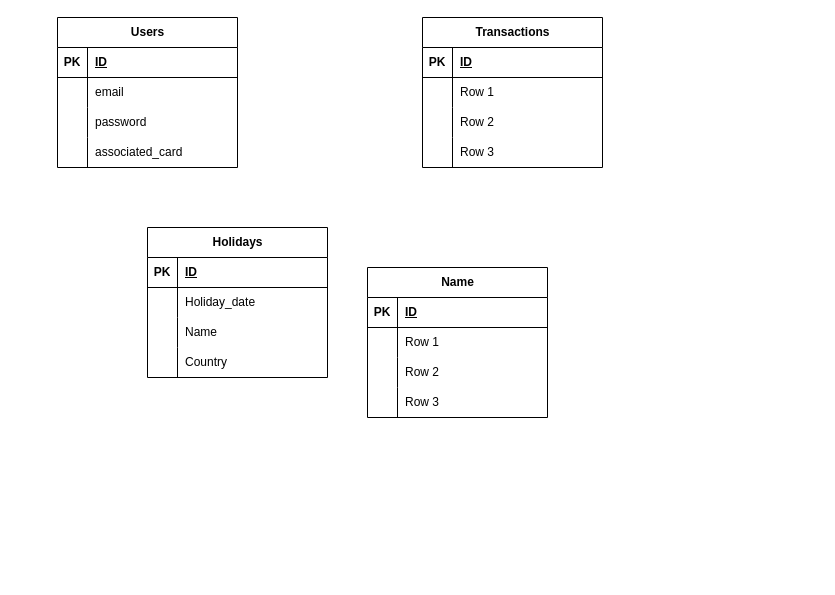
This is services/matematika/business_bank_back.drawio from IbadT/business_bank_back, a draw.io file, before an edit. Source tidied: cells renumbered, new cells numbered last; positions are measured from the earlier drawing's top-left corner, leaving out a move shared by most shapes. Both pictures are drawn from the tidied source at 100%, with x=0, y=0 at pixel (57, 17).
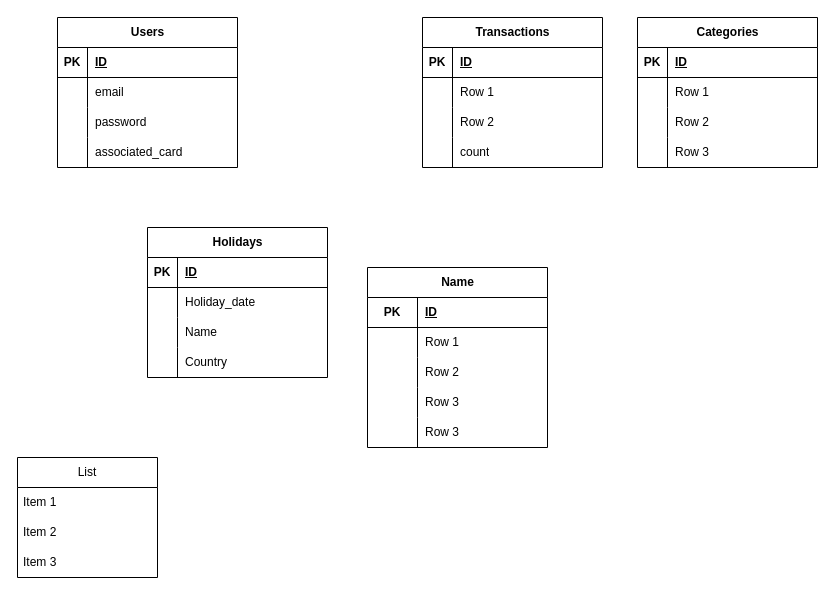
The same diagram, later.

Unchanged cells that the change refers to:
```xml
<mxCell id="25" style="shape=tableRow;horizontal=0;startSize=0;swimlaneHead=0;swimlaneBody=0;fillColor=none;top=0;left=0;right=0;bottom=0;" parent="15" vertex="1">
  <mxGeometry y="120" width="180" height="30" as="geometry" />
</mxCell>
<mxCell id="29" style="shape=tableRow;horizontal=0;startSize=0;swimlaneHead=0;swimlaneBody=0;fillColor=none;top=0;left=0;right=0;bottom=1;" parent="28" vertex="1">
  <mxGeometry y="30" width="180" height="30" as="geometry" />
</mxCell>
<mxCell id="32" style="shape=tableRow;horizontal=0;startSize=0;swimlaneHead=0;swimlaneBody=0;fillColor=none;top=0;left=0;right=0;bottom=0;" parent="28" vertex="1">
  <mxGeometry y="60" width="180" height="30" as="geometry" />
</mxCell>
<mxCell id="35" style="shape=tableRow;horizontal=0;startSize=0;swimlaneHead=0;swimlaneBody=0;fillColor=none;top=0;left=0;right=0;bottom=0;" parent="28" vertex="1">
  <mxGeometry y="90" width="180" height="30" as="geometry" />
</mxCell>
<mxCell id="38" style="shape=tableRow;horizontal=0;startSize=0;swimlaneHead=0;swimlaneBody=0;fillColor=none;top=0;left=0;right=0;bottom=0;" parent="28" vertex="1">
  <mxGeometry y="120" width="180" height="30" as="geometry" />
</mxCell>
```

The edit, as a diff of the source:
```diff
@@
-    <mxCell id="27" value="Row 3" style="shape=partialRectangle;fillColor=none;top=0;left=0;bottom=0;right=0;align=left;spacingLeft=6;overflow=hidden;whiteSpace=wrap;html=1;" parent="25" vertex="1">
+    <mxCell id="27" value="count" style="shape=partialRectangle;fillColor=none;top=0;left=0;bottom=0;right=0;align=left;spacingLeft=6;overflow=hidden;whiteSpace=wrap;html=1;" parent="25" vertex="1">
       <mxGeometry x="30" width="150" height="30" as="geometry" />
     </mxCell>
     <mxCell id="28" value="Name" style="shape=table;startSize=30;childLayout=tableLayout;rowLines=0;fontStyle=1;align=center;html=1;" parent="1" vertex="1">
-      <mxGeometry x="310" y="250" width="180" height="150" as="geometry" />
+      <mxGeometry x="310" y="250" width="180" height="180" as="geometry" />
     </mxCell>
@@
     <mxCell id="30" value="PK" style="shape=partialRectangle;fillColor=none;top=0;left=0;bottom=0;right=0;fontStyle=1;overflow=hidden;whiteSpace=wrap;html=1;" parent="29" vertex="1">
-      <mxGeometry width="30" height="30" as="geometry" />
+      <mxGeometry width="50" height="30" as="geometry" />
     </mxCell>
     <mxCell id="31" value="ID" style="shape=partialRectangle;fillColor=none;top=0;left=0;bottom=0;right=0;align=left;spacingLeft=6;fontStyle=5;overflow=hidden;whiteSpace=wrap;html=1;" parent="29" vertex="1">
-      <mxGeometry x="30" width="150" height="30" as="geometry" />
+      <mxGeometry x="50" width="130" height="30" as="geometry" />
     </mxCell>
@@
     <mxCell id="33" style="shape=partialRectangle;fillColor=none;top=0;left=0;bottom=0;right=0;overflow=hidden;whiteSpace=wrap;html=1;" parent="32" vertex="1">
-      <mxGeometry width="30" height="30" as="geometry" />
+      <mxGeometry width="50" height="30" as="geometry" />
     </mxCell>
     <mxCell id="34" value="Row 1" style="shape=partialRectangle;fillColor=none;top=0;left=0;bottom=0;right=0;align=left;spacingLeft=6;overflow=hidden;whiteSpace=wrap;html=1;" parent="32" vertex="1">
-      <mxGeometry x="30" width="150" height="30" as="geometry" />
+      <mxGeometry x="50" width="130" height="30" as="geometry" />
     </mxCell>
@@
     <mxCell id="36" style="shape=partialRectangle;fillColor=none;top=0;left=0;bottom=0;right=0;overflow=hidden;whiteSpace=wrap;html=1;" parent="35" vertex="1">
-      <mxGeometry width="30" height="30" as="geometry" />
+      <mxGeometry width="50" height="30" as="geometry" />
     </mxCell>
     <mxCell id="37" value="Row 2" style="shape=partialRectangle;fillColor=none;top=0;left=0;bottom=0;right=0;align=left;spacingLeft=6;overflow=hidden;whiteSpace=wrap;html=1;" parent="35" vertex="1">
-      <mxGeometry x="30" width="150" height="30" as="geometry" />
+      <mxGeometry x="50" width="130" height="30" as="geometry" />
     </mxCell>
@@
     <mxCell id="39" style="shape=partialRectangle;fillColor=none;top=0;left=0;bottom=0;right=0;overflow=hidden;whiteSpace=wrap;html=1;" parent="38" vertex="1">
-      <mxGeometry width="30" height="30" as="geometry" />
+      <mxGeometry width="50" height="30" as="geometry" />
     </mxCell>
     <mxCell id="40" value="Row 3" style="shape=partialRectangle;fillColor=none;top=0;left=0;bottom=0;right=0;align=left;spacingLeft=6;overflow=hidden;whiteSpace=wrap;html=1;" parent="38" vertex="1">
-      <mxGeometry x="30" width="150" height="30" as="geometry" />
+      <mxGeometry x="50" width="130" height="30" as="geometry" />
     </mxCell>
+    <mxCell id="54" style="shape=tableRow;horizontal=0;startSize=0;swimlaneHead=0;swimlaneBody=0;fillColor=none;top=0;left=0;right=0;bottom=0;" parent="28" vertex="1">
+      <mxGeometry y="150" width="180" height="30" as="geometry" />
+    </mxCell>
+    <mxCell id="55" style="shape=partialRectangle;fillColor=none;top=0;left=0;bottom=0;right=0;overflow=hidden;whiteSpace=wrap;html=1;" parent="54" vertex="1">
+      <mxGeometry width="50" height="30" as="geometry" />
+    </mxCell>
+    <mxCell id="56" value="Row 3" style="shape=partialRectangle;fillColor=none;top=0;left=0;bottom=0;right=0;align=left;spacingLeft=6;overflow=hidden;whiteSpace=wrap;html=1;" parent="54" vertex="1">
+      <mxGeometry x="50" width="130" height="30" as="geometry" />
+    </mxCell>
@@
+    <mxCell id="57" value="Categories" style="shape=table;startSize=30;childLayout=tableLayout;rowLines=0;fontStyle=1;align=center;html=1;" parent="1" vertex="1">
+      <mxGeometry x="580" width="180" height="150" as="geometry" />
+    </mxCell>
+    <mxCell id="58" style="shape=tableRow;horizontal=0;startSize=0;swimlaneHead=0;swimlaneBody=0;fillColor=none;top=0;left=0;right=0;bottom=1;" parent="57" vertex="1">
+      <mxGeometry y="30" width="180" height="30" as="geometry" />
+    </mxCell>
+    <mxCell id="59" value="PK" style="shape=partialRectangle;fillColor=none;top=0;left=0;bottom=0;right=0;fontStyle=1;overflow=hidden;whiteSpace=wrap;html=1;" parent="58" vertex="1">
+      <mxGeometry width="30" height="30" as="geometry" />
+    </mxCell>
+    <mxCell id="60" value="ID" style="shape=partialRectangle;fillColor=none;top=0;left=0;bottom=0;right=0;align=left;spacingLeft=6;fontStyle=5;overflow=hidden;whiteSpace=wrap;html=1;" parent="58" vertex="1">
+      <mxGeometry x="30" width="150" height="30" as="geometry" />
+    </mxCell>
+    <mxCell id="61" style="shape=tableRow;horizontal=0;startSize=0;swimlaneHead=0;swimlaneBody=0;fillColor=none;top=0;left=0;right=0;bottom=0;" parent="57" vertex="1">
+      <mxGeometry y="60" width="180" height="30" as="geometry" />
+    </mxCell>
+    <mxCell id="62" style="shape=partialRectangle;fillColor=none;top=0;left=0;bottom=0;right=0;overflow=hidden;whiteSpace=wrap;html=1;" parent="61" vertex="1">
+      <mxGeometry width="30" height="30" as="geometry" />
+    </mxCell>
+    <mxCell id="63" value="Row 1" style="shape=partialRectangle;fillColor=none;top=0;left=0;bottom=0;right=0;align=left;spacingLeft=6;overflow=hidden;whiteSpace=wrap;html=1;" parent="61" vertex="1">
+      <mxGeometry x="30" width="150" height="30" as="geometry" />
+    </mxCell>
+    <mxCell id="64" style="shape=tableRow;horizontal=0;startSize=0;swimlaneHead=0;swimlaneBody=0;fillColor=none;top=0;left=0;right=0;bottom=0;" parent="57" vertex="1">
+      <mxGeometry y="90" width="180" height="30" as="geometry" />
+    </mxCell>
+    <mxCell id="65" style="shape=partialRectangle;fillColor=none;top=0;left=0;bottom=0;right=0;overflow=hidden;whiteSpace=wrap;html=1;" parent="64" vertex="1">
+      <mxGeometry width="30" height="30" as="geometry" />
+    </mxCell>
+    <mxCell id="66" value="Row 2" style="shape=partialRectangle;fillColor=none;top=0;left=0;bottom=0;right=0;align=left;spacingLeft=6;overflow=hidden;whiteSpace=wrap;html=1;" parent="64" vertex="1">
+      <mxGeometry x="30" width="150" height="30" as="geometry" />
+    </mxCell>
+    <mxCell id="67" style="shape=tableRow;horizontal=0;startSize=0;swimlaneHead=0;swimlaneBody=0;fillColor=none;top=0;left=0;right=0;bottom=0;" parent="57" vertex="1">
+      <mxGeometry y="120" width="180" height="30" as="geometry" />
+    </mxCell>
+    <mxCell id="68" style="shape=partialRectangle;fillColor=none;top=0;left=0;bottom=0;right=0;overflow=hidden;whiteSpace=wrap;html=1;" parent="67" vertex="1">
+      <mxGeometry width="30" height="30" as="geometry" />
+    </mxCell>
+    <mxCell id="69" value="Row 3" style="shape=partialRectangle;fillColor=none;top=0;left=0;bottom=0;right=0;align=left;spacingLeft=6;overflow=hidden;whiteSpace=wrap;html=1;" parent="67" vertex="1">
+      <mxGeometry x="30" width="150" height="30" as="geometry" />
+    </mxCell>
+    <mxCell id="70" value="List" style="swimlane;fontStyle=0;horizontal=1;startSize=30;whiteSpace=wrap;html=1;" parent="1" vertex="1">
+      <mxGeometry x="-40" y="440" width="140" height="120" as="geometry" />
+    </mxCell>
+    <mxCell id="71" value="Item 1" style="text;strokeColor=none;fillColor=none;align=left;verticalAlign=middle;spacingLeft=4;spacingRight=4;overflow=hidden;whiteSpace=wrap;html=1;" parent="70" vertex="1">
+      <mxGeometry y="30" width="140" height="30" as="geometry" />
+    </mxCell>
+    <mxCell id="72" value="Item 2" style="text;strokeColor=none;fillColor=none;align=left;verticalAlign=middle;spacingLeft=4;spacingRight=4;overflow=hidden;whiteSpace=wrap;html=1;" parent="70" vertex="1">
+      <mxGeometry y="60" width="140" height="30" as="geometry" />
+    </mxCell>
+    <mxCell id="73" value="Item 3" style="text;strokeColor=none;fillColor=none;align=left;verticalAlign=middle;spacingLeft=4;spacingRight=4;overflow=hidden;whiteSpace=wrap;html=1;" parent="70" vertex="1">
+      <mxGeometry y="90" width="140" height="30" as="geometry" />
+    </mxCell>
```
